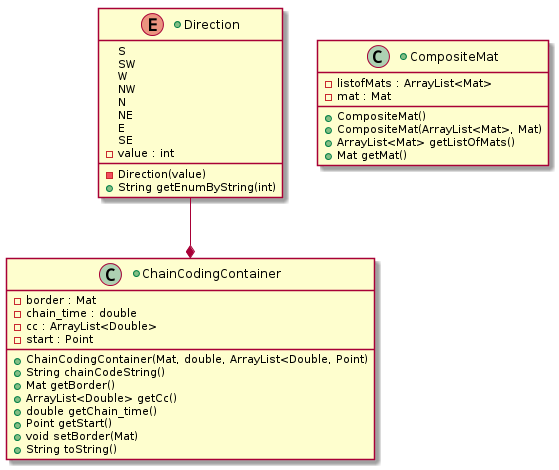
Above: docs/secondary_model_classes.png in mrobbeloth/obstruction (PlantUML), before the change.
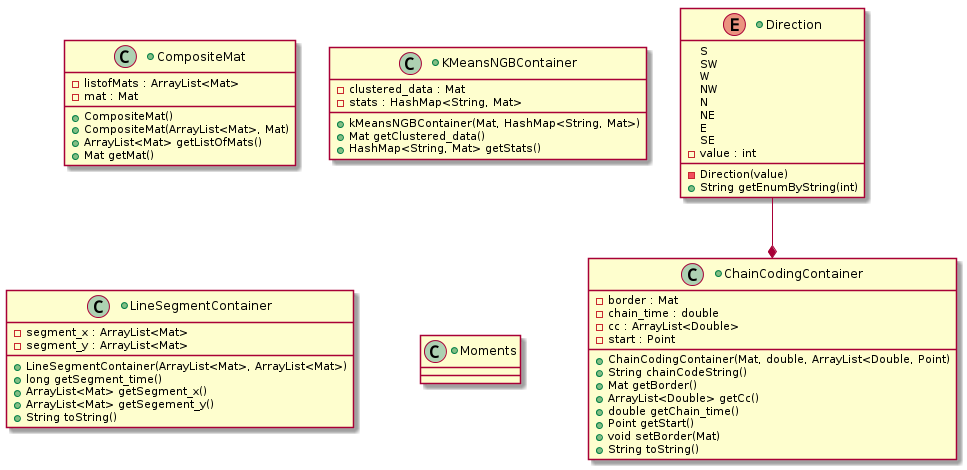
The same diagram one commit later.

Commit message:
Add class doc on additional container classes

What changed in the source:
```diff
@@ -40,4 +40,25 @@
     +Mat getMat()
 }
 
++class KMeansNGBContainer {
+    -clustered_data : Mat
+    -stats : HashMap<String, Mat>
+    +kMeansNGBContainer(Mat, HashMap<String, Mat>)
+    +Mat getClustered_data()
+    +HashMap<String, Mat> getStats()
+}
+
++class LineSegmentContainer {
+    -segment_x : ArrayList<Mat>
+    -segment_y : ArrayList<Mat>
+    +LineSegmentContainer(ArrayList<Mat>, ArrayList<Mat>)
+    +long getSegment_time()
+    +ArrayList<Mat> getSegment_x()
+    +ArrayList<Mat> getSegement_y()
+    +String toString()
+}
+
++class Moments {
+}
+
 @enduml
```
